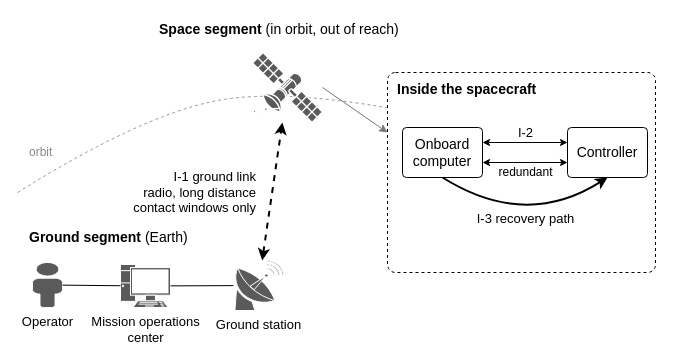
Before: docs/conops/fig-segments.drawio in Tocki28/fail-safe-in-orbit-reprogramming, a draw.io diagram. Source tidied: cells renumbered, new cells numbered last; positions are measured from the earlier drawing's top-left corner, leaving out a move shared by most shapes. Both pictures are drawn from the tidied source at 100%, with x=0, y=0 at pixel (17, 17).
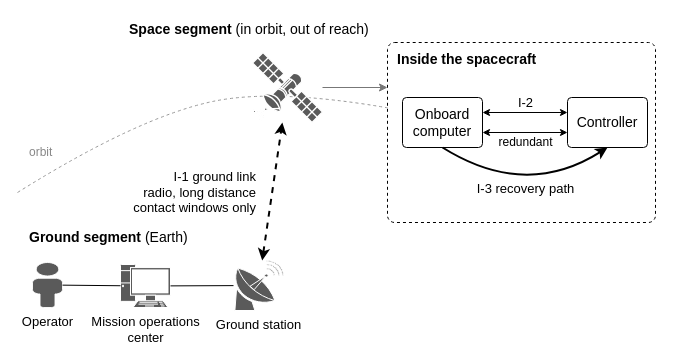
After the change.

Commit message (it also covers changes not shown here):
Figure 1: inside-the-spacecraft box level with the satellite

The box moves up so the arrow from the satellite runs straight to the
right.

Unchanged cells that the change refers to:
```xml
<mxCell id="5" style="shape=mxgraph.networks.satellite;html=1;fillColor=#5A5A5A;strokeColor=#FFFFFF;outlineConnect=0;" parent="1" vertex="1">
  <mxGeometry x="235" y="35" width="70" height="70" as="geometry" />
</mxCell>
```

What changed in the source:
```diff
@@
     <mxCell id="4" value="&lt;b&gt;Space segment&lt;/b&gt; (in orbit, out of reach)" style="text;html=1;align=left;verticalAlign=middle;fontSize=14;" parent="1" vertex="1">
-      <mxGeometry x="140" width="320" height="24" as="geometry" />
+      <mxGeometry x="110" width="255" height="24" as="geometry" />
     </mxCell>
@@
     <mxCell id="6" value="&lt;b&gt;Inside the spacecraft&lt;/b&gt;" style="rounded=1;arcSize=4;dashed=1;whiteSpace=wrap;html=1;fillColor=#FFFFFF;verticalAlign=top;align=left;spacingLeft=8;spacingTop=2;fontSize=14;" parent="1" vertex="1">
-      <mxGeometry x="370" y="55" width="268" height="200" as="geometry" />
+      <mxGeometry x="370" y="25" width="268" height="180" as="geometry" />
     </mxCell>
     <mxCell id="7" value="Onboard&lt;br&gt;computer" style="rounded=1;arcSize=8;whiteSpace=wrap;html=1;fillColor=#FFFFFF;fontSize=14;" parent="1" vertex="1">
-      <mxGeometry x="385" y="110" width="80" height="50" as="geometry" />
+      <mxGeometry x="385" y="80" width="80" height="50" as="geometry" />
     </mxCell>
     <mxCell id="8" value="Controller" style="rounded=1;arcSize=8;whiteSpace=wrap;html=1;fillColor=#FFFFFF;fontSize=14;" parent="1" vertex="1">
-      <mxGeometry x="550" y="110" width="80" height="50" as="geometry" />
+      <mxGeometry x="550" y="80" width="80" height="50" as="geometry" />
     </mxCell>
@@
     <mxCell id="11" style="curved=1;endArrow=classic;html=1;exitX=0.5;exitY=1;exitDx=0;exitDy=0;entryX=0.5;entryY=1;entryDx=0;entryDy=0;strokeWidth=2;labelBackgroundColor=#FFFFFF;fontSize=13;endSize=6;" parent="1" edge="1" source="7" target="8">
       <mxGeometry relative="1" as="geometry">
         <Array as="points">
-          <mxPoint x="508" y="212" />
+          <mxPoint x="508" y="182" />
         </Array>
       </mxGeometry>
     </mxCell>
     <mxCell id="12" value="I-3 recovery path" style="text;html=1;align=center;verticalAlign=middle;fontSize=13;" parent="1" vertex="1">
-      <mxGeometry x="448" y="190" width="120" height="22" as="geometry" />
+      <mxGeometry x="448" y="160" width="120" height="22" as="geometry" />
     </mxCell>
-    <mxCell id="13" style="endArrow=classic;html=1;strokeColor=#777777;exitX=1;exitY=0.5;exitDx=0;exitDy=0;entryX=0;entryY=0.3;entryDx=0;entryDy=0;endSize=6;" parent="1" edge="1" source="5" target="6">
+    <mxCell id="13" style="endArrow=classic;html=1;strokeColor=#777777;exitX=1;exitY=0.5;exitDx=0;exitDy=0;entryX=0;entryY=0.25;entryDx=0;entryDy=0;endSize=6;" parent="1" edge="1" source="5" target="6">
       <mxGeometry relative="1" as="geometry" />
     </mxCell>
```
